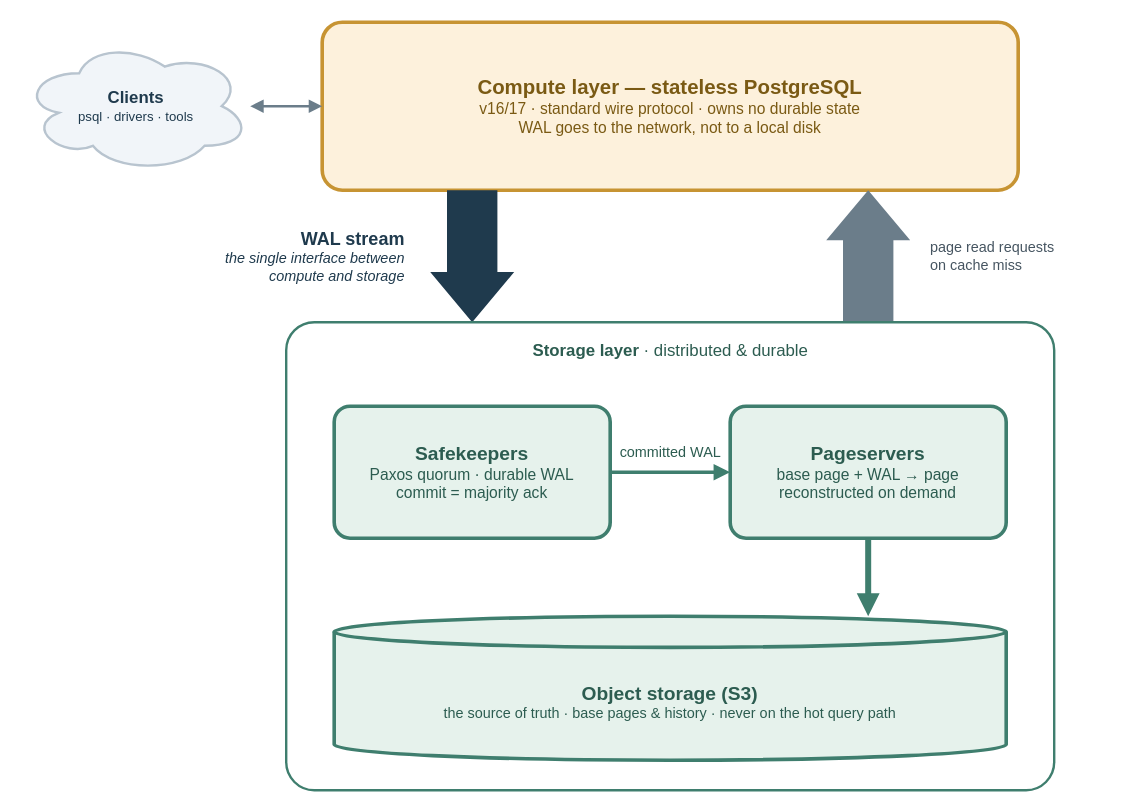
AlexeyEvlampiev/alexeyevlampiev.github.io keeps this draw.io diagram as content/posts/decoupling-compute-storage-postgres-lakebase/lakebase-compute-storage-architecture.drawio. Above is the earlier version. Source tidied: cells renumbered, new cells numbered last; positions are measured from the earlier drawing's top-left corner, leaving out a move shared by most shapes. Both pictures are drawn from the tidied source at 120%, with x=0, y=0 at pixel (22, 22).
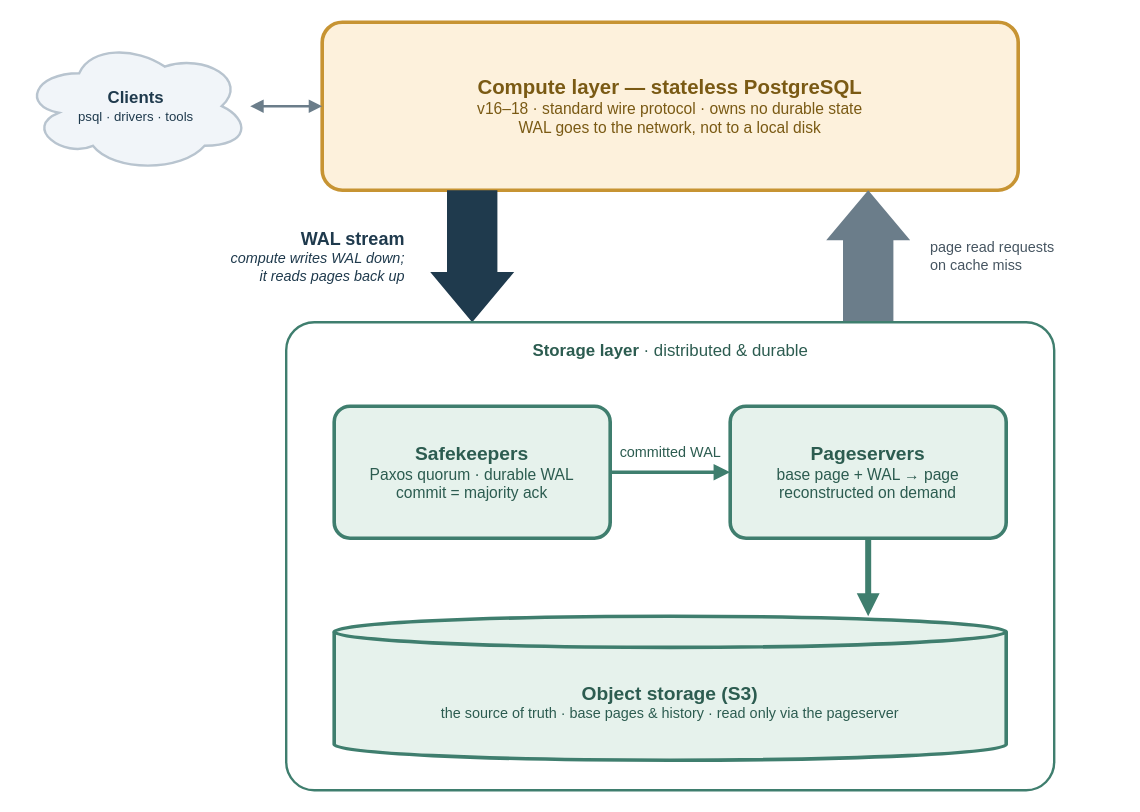
The same diagram, later.

What changed in the source:
```diff
@@
 <mxGraphModel>
   <root>
     <mxCell id="0" />
     <mxCell id="1" parent="0" />
     <mxCell id="2" value="&lt;font style=&quot;font-size:14px&quot;&gt;&lt;b&gt;Clients&lt;/b&gt;&lt;/font&gt;&lt;br&gt;&lt;font style=&quot;font-size:11px&quot;&gt;psql · drivers · tools&lt;/font&gt;" style="shape=cloud;whiteSpace=wrap;html=1;fillColor=#f1f5f9;strokeColor=#b8c4cf;strokeWidth=2;fontColor=#1f3a4d;" parent="1" vertex="1">
       <mxGeometry y="15" width="190" height="110" as="geometry" />
     </mxCell>
-    <mxCell id="3" value="&lt;font style=&quot;font-size:17px&quot;&gt;&lt;b&gt;Compute layer — stateless PostgreSQL&lt;/b&gt;&lt;/font&gt;&lt;br&gt;&lt;font style=&quot;font-size:13px&quot;&gt;v16/17 · standard wire protocol · owns no durable state&lt;br&gt;WAL goes to the network, not to a local disk&lt;/font&gt;" style="rounded=1;whiteSpace=wrap;html=1;fillColor=#fdf1dc;strokeColor=#c79433;strokeWidth=3;fontColor=#7a5a14;arcSize=12;" parent="1" vertex="1">
+    <mxCell id="3" value="&lt;font style=&quot;font-size:17px&quot;&gt;&lt;b&gt;Compute layer — stateless PostgreSQL&lt;/b&gt;&lt;/font&gt;&lt;br&gt;&lt;font style=&quot;font-size:13px&quot;&gt;v16–18 · standard wire protocol · owns no durable state&lt;br&gt;WAL goes to the network, not to a local disk&lt;/font&gt;" style="rounded=1;whiteSpace=wrap;html=1;fillColor=#fdf1dc;strokeColor=#c79433;strokeWidth=3;fontColor=#7a5a14;arcSize=12;" parent="1" vertex="1">
       <mxGeometry x="250" width="580" height="140" as="geometry" />
     </mxCell>
     <mxCell id="4" style="endArrow=block;startArrow=block;html=1;edgeStyle=none;rounded=0;strokeColor=#6b7d8a;strokeWidth=2;exitX=1;exitY=0.5;exitDx=0;exitDy=0;entryX=0;entryY=0.5;entryDx=0;entryDy=0;" parent="1" edge="1" source="2" target="3">
       <mxGeometry relative="1" as="geometry" />
     </mxCell>
     <mxCell id="5" style="shape=singleArrow;direction=south;html=1;fillColor=#1f3a4d;strokeColor=none;arrowWidth=0.6;arrowSize=0.38;" parent="1" vertex="1">
       <mxGeometry x="340" y="140" width="70" height="110" as="geometry" />
     </mxCell>
-    <mxCell id="6" value="&lt;font style=&quot;font-size:15px&quot;&gt;&lt;b&gt;WAL stream&lt;/b&gt;&lt;/font&gt;&lt;br&gt;&lt;font style=&quot;font-size:12px&quot;&gt;&lt;i&gt;the single interface between&lt;br&gt;compute and storage&lt;/i&gt;&lt;/font&gt;" style="text;html=1;fontColor=#1f3a4d;align=right;verticalAlign=middle;" parent="1" vertex="1">
+    <mxCell id="6" value="&lt;font style=&quot;font-size:15px&quot;&gt;&lt;b&gt;WAL stream&lt;/b&gt;&lt;/font&gt;&lt;br&gt;&lt;font style=&quot;font-size:12px&quot;&gt;&lt;i&gt;compute writes WAL down;&lt;br&gt;it reads pages back up&lt;/i&gt;&lt;/font&gt;" style="text;html=1;fontColor=#1f3a4d;align=right;verticalAlign=middle;" parent="1" vertex="1">
       <mxGeometry x="100" y="163" width="220" height="64" as="geometry" />
     </mxCell>
     <mxCell id="7" style="shape=singleArrow;direction=north;html=1;fillColor=#6b7d8a;strokeColor=none;arrowWidth=0.6;arrowSize=0.38;" parent="1" vertex="1">
       <mxGeometry x="670" y="140" width="70" height="110" as="geometry" />
     </mxCell>
     <mxCell id="8" value="&lt;font style=&quot;font-size:12px&quot;&gt;page read requests&lt;br&gt;on cache miss&lt;/font&gt;" style="text;html=1;fontColor=#465561;align=left;verticalAlign=middle;" parent="1" vertex="1">
       <mxGeometry x="755" y="171" width="160" height="48" as="geometry" />
     </mxCell>
     <mxCell id="9" style="rounded=1;whiteSpace=wrap;html=1;fillColor=none;strokeColor=#3f7e6e;strokeWidth=2;arcSize=6;" parent="1" vertex="1">
       <mxGeometry x="220" y="250" width="640" height="390" as="geometry" />
     </mxCell>
     <mxCell id="10" value="&lt;font style=&quot;font-size:14px&quot;&gt;&lt;b&gt;Storage layer&lt;/b&gt; · distributed &amp;amp; durable&lt;/font&gt;" style="text;html=1;fontColor=#2c5c50;align=center;verticalAlign=middle;" parent="1" vertex="1">
       <mxGeometry x="220" y="262" width="640" height="24" as="geometry" />
     </mxCell>
     <mxCell id="11" value="&lt;font style=&quot;font-size:16px&quot;&gt;&lt;b&gt;Safekeepers&lt;/b&gt;&lt;/font&gt;&lt;br&gt;&lt;font style=&quot;font-size:13px&quot;&gt;Paxos quorum · durable WAL&lt;br&gt;commit = majority ack&lt;/font&gt;" style="rounded=1;whiteSpace=wrap;html=1;fillColor=#e6f2ec;strokeColor=#3f7e6e;strokeWidth=3;fontColor=#2c5c50;arcSize=12;" parent="1" vertex="1">
       <mxGeometry x="260" y="320" width="230" height="110" as="geometry" />
     </mxCell>
     <mxCell id="12" value="&lt;font style=&quot;font-size:16px&quot;&gt;&lt;b&gt;Pageservers&lt;/b&gt;&lt;/font&gt;&lt;br&gt;&lt;font style=&quot;font-size:13px&quot;&gt;base page + WAL → page&lt;br&gt;reconstructed on demand&lt;/font&gt;" style="rounded=1;whiteSpace=wrap;html=1;fillColor=#e6f2ec;strokeColor=#3f7e6e;strokeWidth=3;fontColor=#2c5c50;arcSize=12;" parent="1" vertex="1">
       <mxGeometry x="590" y="320" width="230" height="110" as="geometry" />
     </mxCell>
     <mxCell id="13" value="&lt;font style=&quot;font-size:12px&quot;&gt;committed WAL&lt;/font&gt;" style="endArrow=block;html=1;edgeStyle=none;rounded=0;strokeColor=#3f7e6e;strokeWidth=3;fontColor=#2c5c50;exitX=1;exitY=0.5;exitDx=0;exitDy=0;entryX=0;entryY=0.5;entryDx=0;entryDy=0;" parent="1" edge="1" source="11" target="12">
       <mxGeometry relative="1" as="geometry">
         <mxPoint y="-16" as="offset" />
       </mxGeometry>
     </mxCell>
-    <mxCell id="14" value="&lt;font style=&quot;font-size:16px&quot;&gt;&lt;b&gt;Object storage (S3)&lt;/b&gt;&lt;/font&gt;&lt;br&gt;&lt;font style=&quot;font-size:12px&quot;&gt;the source of truth · base pages &amp;amp; history · never on the hot query path&lt;/font&gt;" style="shape=cylinder3;whiteSpace=wrap;html=1;boundedLbl=1;backgroundOutline=1;size=13;fillColor=#e6f2ec;strokeColor=#3f7e6e;strokeWidth=3;fontColor=#2c5c50;" parent="1" vertex="1">
+    <mxCell id="14" value="&lt;font style=&quot;font-size:16px&quot;&gt;&lt;b&gt;Object storage (S3)&lt;/b&gt;&lt;/font&gt;&lt;br&gt;&lt;font style=&quot;font-size:12px&quot;&gt;the source of truth · base pages &amp;amp; history · read only via the pageserver&lt;/font&gt;" style="shape=cylinder3;whiteSpace=wrap;html=1;boundedLbl=1;backgroundOutline=1;size=13;fillColor=#e6f2ec;strokeColor=#3f7e6e;strokeWidth=3;fontColor=#2c5c50;" parent="1" vertex="1">
       <mxGeometry x="260" y="495" width="560" height="120" as="geometry" />
     </mxCell>
     <mxCell id="15" style="endArrow=block;html=1;edgeStyle=none;rounded=0;strokeColor=#3f7e6e;strokeWidth=5;exitX=0.5;exitY=1;exitDx=0;exitDy=0;entryX=0.7946;entryY=0;entryDx=0;entryDy=0;" parent="1" edge="1" source="12" target="14">
       <mxGeometry relative="1" as="geometry" />
     </mxCell>
   </root>
 </mxGraphModel>
```
